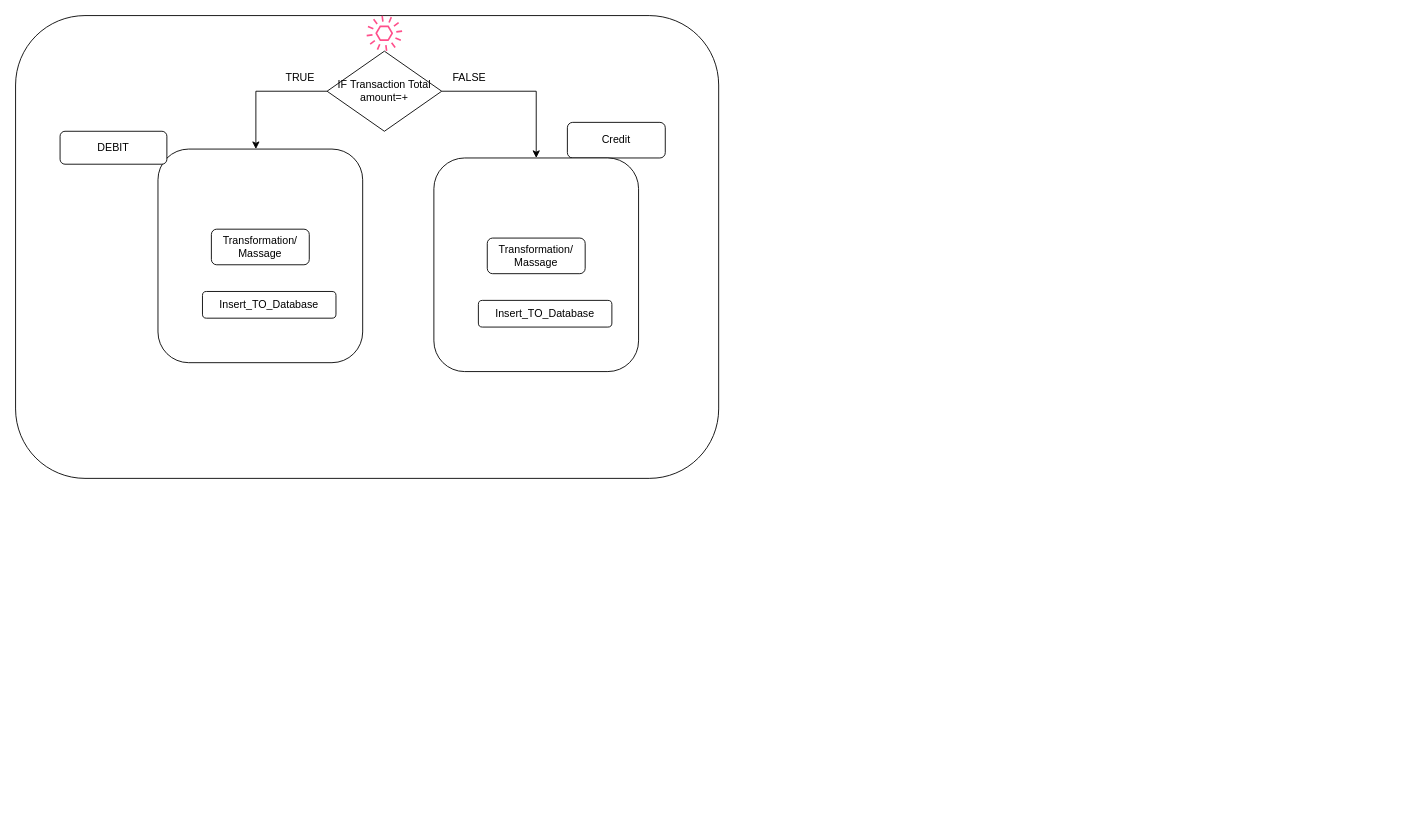
Earlier version of the draw.io diagram CREDIT-DEBIT.drawio (anantwag19/Workspace). Source tidied: cells renumbered, new cells numbered last; positions are measured from the earlier drawing's top-left corner, leaving out a move shared by most shapes. Both pictures are drawn from the tidied source at 89%, with x=0, y=0 at pixel (15, 15).
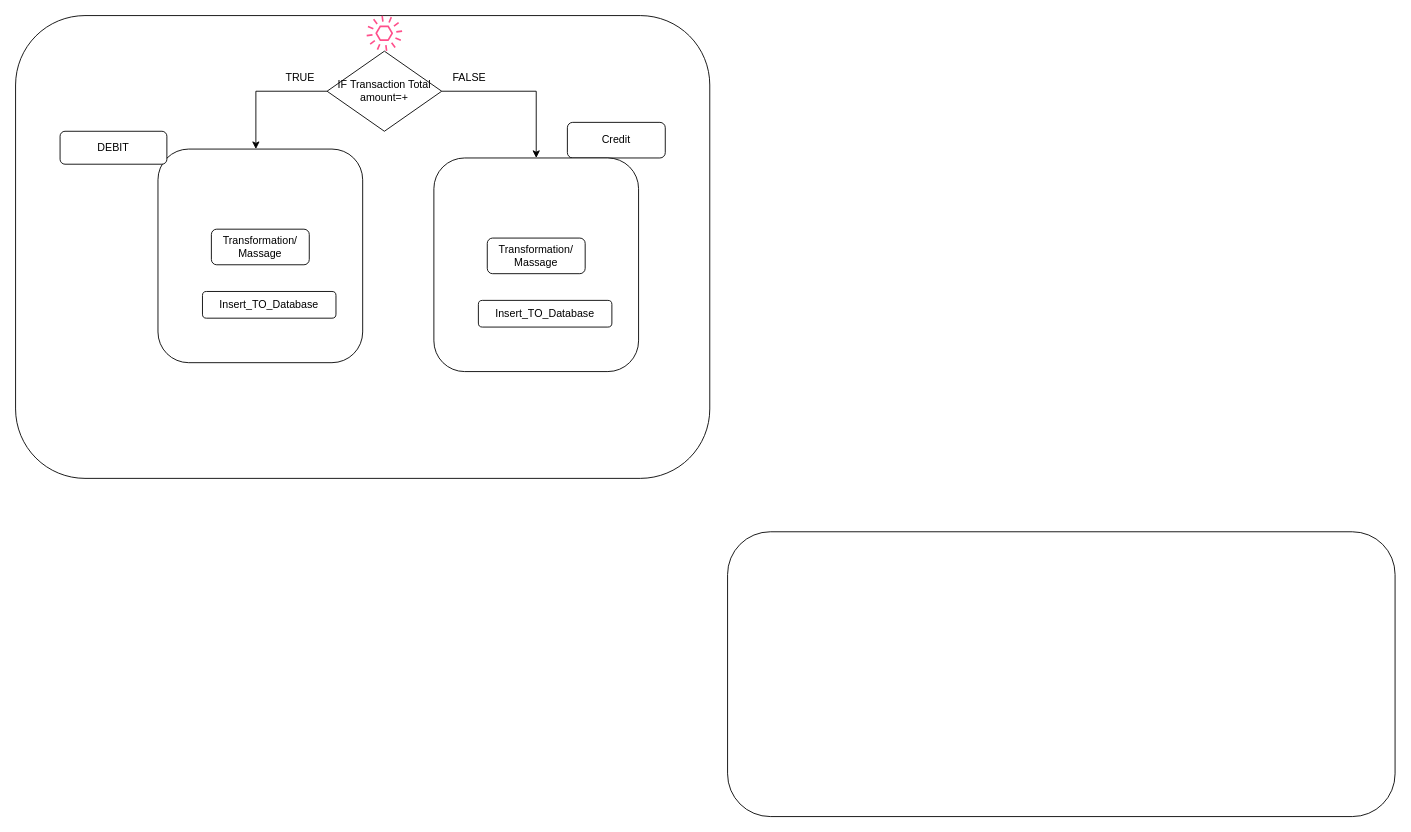
Above is the later version.

The edit, as a diff of the source:
```diff
@@
     <mxCell id="2" style="rounded=1;whiteSpace=wrap;html=1;" parent="1" vertex="1">
-      <mxGeometry width="790" height="520" as="geometry" />
+      <mxGeometry width="780" height="520" as="geometry" />
     </mxCell>
@@
+    <mxCell id="17" style="rounded=1;whiteSpace=wrap;html=1;" parent="1" vertex="1">
+      <mxGeometry x="800" y="580" width="750" height="320" as="geometry" />
+    </mxCell>
```
